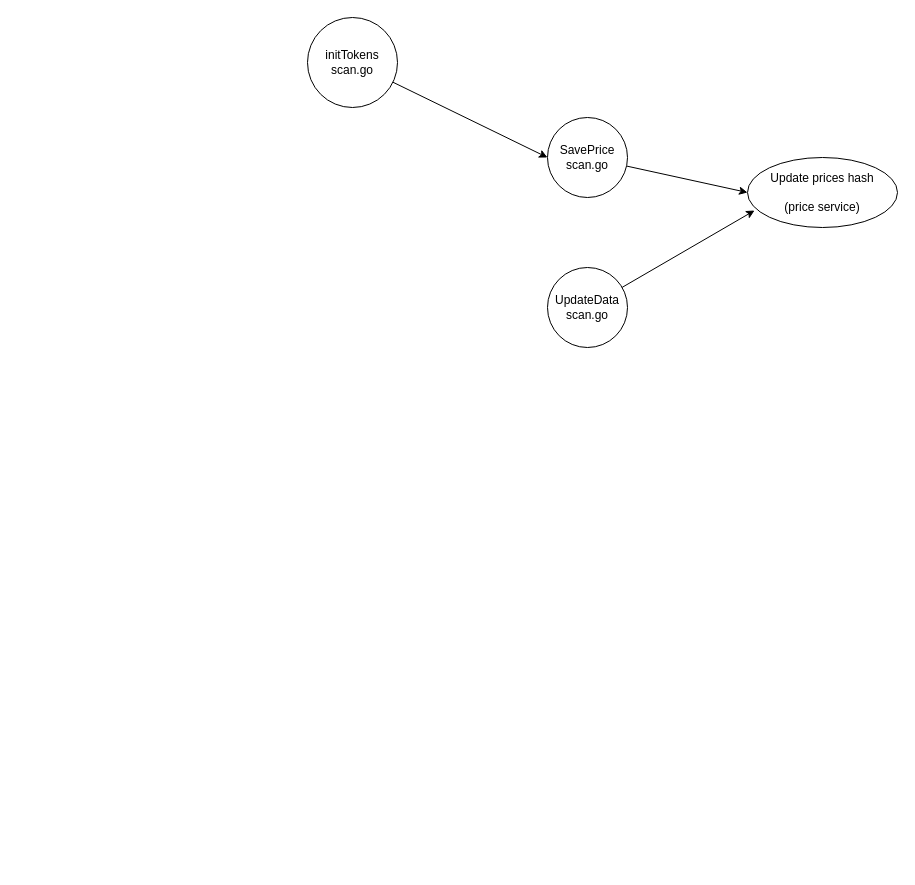
piavgh/draw.io-data keeps this draw.io diagram as Prices coupled dependencies.drawio. Above is the earlier version. Source tidied: cells renumbered, new cells numbered last; positions are measured from the earlier drawing's top-left corner, leaving out a move shared by most shapes. Both pictures are drawn from the tidied source at 100%, with x=0, y=0 at pixel (307, 17).
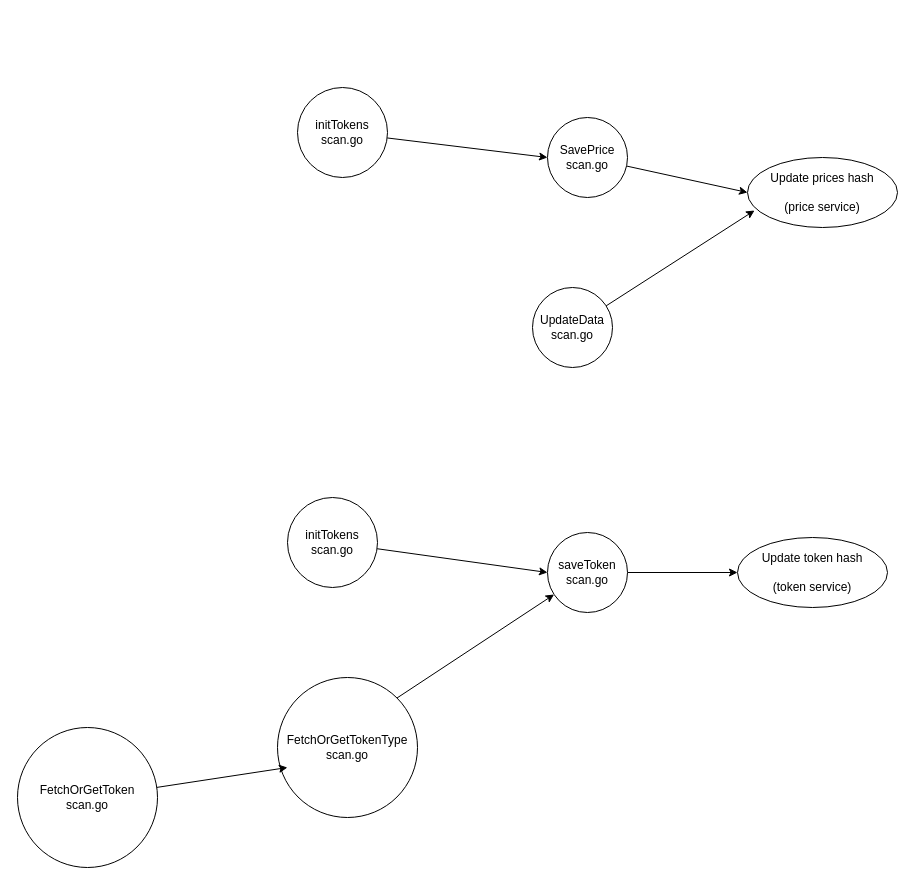
Above is the later version.

Diff of the diagram source:
```diff
@@
 <mxGraphModel>
   <root>
     <mxCell id="0" />
     <mxCell id="1" parent="0" />
     <mxCell id="2" value="Update prices hash&lt;br&gt;&lt;br&gt;(price service)" style="ellipse;whiteSpace=wrap;html=1;" parent="1" vertex="1">
       <mxGeometry x="440" y="140" width="150" height="70" as="geometry" />
     </mxCell>
     <mxCell id="3" style="edgeStyle=none;rounded=0;jettySize=auto;html=1;entryX=0;entryY=0.5;entryDx=0;entryDy=0;" parent="1" edge="1" source="4" target="2">
       <mxGeometry relative="1" as="geometry" />
     </mxCell>
     <mxCell id="4" value="SavePrice&lt;br&gt;scan.go" style="ellipse;whiteSpace=wrap;html=1;" parent="1" vertex="1">
       <mxGeometry x="240" y="100" width="80" height="80" as="geometry" />
     </mxCell>
     <mxCell id="5" style="edgeStyle=none;rounded=0;jettySize=auto;html=1;entryX=0.047;entryY=0.757;entryDx=0;entryDy=0;entryPerimeter=0;" parent="1" edge="1" source="6" target="2">
       <mxGeometry relative="1" as="geometry" />
     </mxCell>
     <mxCell id="6" value="UpdateData&lt;br&gt;scan.go" style="ellipse;whiteSpace=wrap;html=1;" parent="1" vertex="1">
-      <mxGeometry x="240" y="250" width="80" height="80" as="geometry" />
+      <mxGeometry x="225" y="270" width="80" height="80" as="geometry" />
     </mxCell>
     <mxCell id="7" style="rounded=0;jettySize=auto;html=1;entryX=0;entryY=0.5;entryDx=0;entryDy=0;" parent="1" edge="1" source="8" target="4">
       <mxGeometry relative="1" as="geometry" />
     </mxCell>
     <mxCell id="8" value="initTokens&lt;br&gt;scan.go" style="ellipse;whiteSpace=wrap;html=1;" parent="1" vertex="1">
-      <mxGeometry width="90" height="90" as="geometry" />
+      <mxGeometry x="-10" y="70" width="90" height="90" as="geometry" />
     </mxCell>
+    <mxCell id="9" value="Update token hash&lt;br&gt;&lt;br&gt;(token service)" style="ellipse;whiteSpace=wrap;html=1;" parent="1" vertex="1">
+      <mxGeometry x="430" y="520" width="150" height="70" as="geometry" />
+    </mxCell>
+    <mxCell id="10" style="edgeStyle=none;rounded=0;jettySize=auto;html=1;exitX=1;exitY=0.5;exitDx=0;exitDy=0;entryX=0;entryY=0.5;entryDx=0;entryDy=0;" parent="1" edge="1" source="11" target="9">
+      <mxGeometry relative="1" as="geometry" />
+    </mxCell>
+    <mxCell id="11" value="saveToken&lt;br&gt;scan.go" style="ellipse;whiteSpace=wrap;html=1;" parent="1" vertex="1">
+      <mxGeometry x="240" y="515" width="80" height="80" as="geometry" />
+    </mxCell>
+    <mxCell id="12" style="edgeStyle=none;rounded=0;jettySize=auto;html=1;entryX=0;entryY=0.5;entryDx=0;entryDy=0;" parent="1" edge="1" source="13" target="11">
+      <mxGeometry relative="1" as="geometry" />
+    </mxCell>
+    <mxCell id="13" value="initTokens&lt;br&gt;scan.go" style="ellipse;whiteSpace=wrap;html=1;" parent="1" vertex="1">
+      <mxGeometry x="-20" y="480" width="90" height="90" as="geometry" />
+    </mxCell>
+    <mxCell id="14" style="edgeStyle=none;rounded=0;jettySize=auto;html=1;exitX=1;exitY=0;exitDx=0;exitDy=0;" parent="1" edge="1" source="15" target="11">
+      <mxGeometry relative="1" as="geometry" />
+    </mxCell>
+    <mxCell id="15" value="FetchOrGetTokenType&lt;br&gt;scan.go" style="ellipse;whiteSpace=wrap;html=1;" parent="1" vertex="1">
+      <mxGeometry x="-30" y="660" width="140" height="140" as="geometry" />
+    </mxCell>
+    <mxCell id="16" style="edgeStyle=none;rounded=0;jettySize=auto;html=1;entryX=0.071;entryY=0.643;entryDx=0;entryDy=0;entryPerimeter=0;" parent="1" edge="1" source="17" target="15">
+      <mxGeometry relative="1" as="geometry" />
+    </mxCell>
+    <mxCell id="17" value="FetchOrGetToken&lt;br&gt;scan.go" style="ellipse;whiteSpace=wrap;html=1;" parent="1" vertex="1">
+      <mxGeometry x="-290" y="710" width="140" height="140" as="geometry" />
+    </mxCell>
   </root>
 </mxGraphModel>
```
